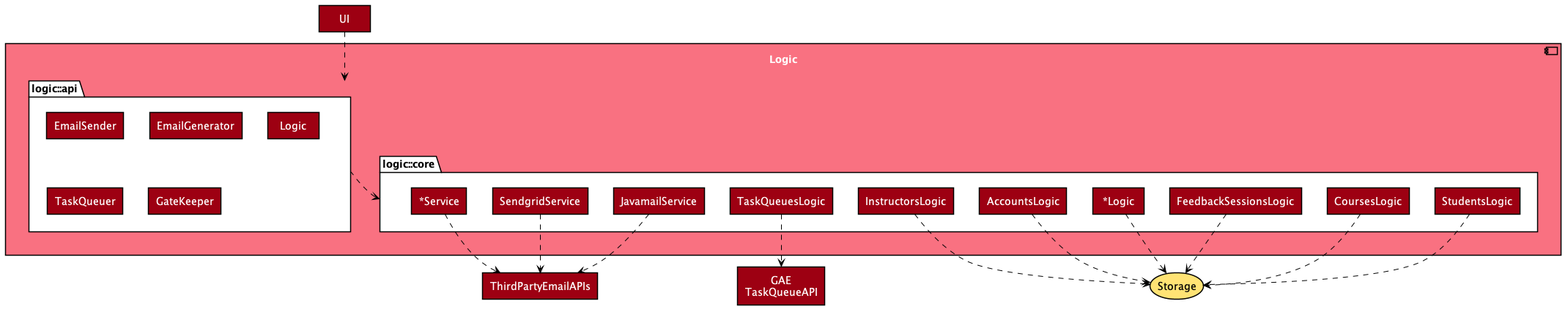
Earlier version of the PlantUML export diagrams/LogicComponent.png (kaixin-hc/teammates). Its source is kept beside it as diagrams/LogicComponent.puml.
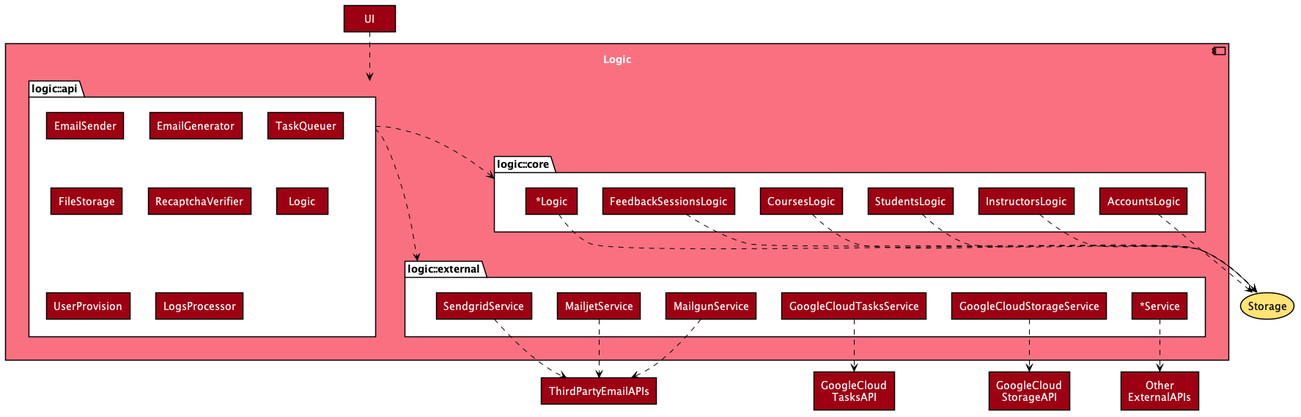
The same diagram one commit later.

Change to the diagram source:
```diff
@@ -2,44 +2,55 @@
 !include diagrams/style.puml
 skinparam componentBackgroundColor MODEL_COLOR_T1
 skinparam componentFontColor #FFFFFF
-skinparam packageBackgroundColor #FFFFFF
+skinparam FolderBackgroundColor #FFFFFF
 skinparam rectangleBackgroundColor MODEL_COLOR
 skinparam rectangleFontColor #FFFFFF
 skinparam arrowColor #000000
 
 component Logic {
-    package "logic::core" as Core {
-        rectangle JavamailService
-        rectangle SendgridService
-        rectangle "*Service" as Service
-
-        rectangle TaskQueuesLogic
+    folder "logic::core" as Core {
         rectangle AccountsLogic
         rectangle InstructorsLogic
         rectangle StudentsLogic
         rectangle CoursesLogic
         rectangle FeedbackSessionsLogic
-        rectangle "*Logic" as Logic1
+        rectangle "~*Logic" as Logic1
     }
 
-    package "logic::api" as Api {
+    folder "logic::external" as External {
+        rectangle MailgunService
+        rectangle MailjetService
+        rectangle SendgridService
+        rectangle GoogleCloudTasksService
+        rectangle GoogleCloudStorageService
+        rectangle "~*Service" as Service
+    }
+
+    folder "logic::api" as Api {
         rectangle EmailSender
         rectangle EmailGenerator
+        rectangle TaskQueuer
+        rectangle FileStorage
+        rectangle RecaptchaVerifier
         rectangle "Logic" as Logic2
-        rectangle TaskQueuer
-        rectangle GateKeeper
+        rectangle UserProvision
+        rectangle LogsProcessor
     }
 }
 
 rectangle ThirdPartyEmailAPIs
-rectangle "GAE\nTaskQueueAPI" as GaeTaskQueueApi
+rectangle "GoogleCloud\nTasksAPI" as GoogleCloudTasksApi
+rectangle "GoogleCloud\nStorageAPI" as GoogleCloudStorageApi
+rectangle "Other\nExternalAPIs" as OtherExternalApi
 rectangle UI
 storage Storage STORAGE_COLOR_T1
 
-JavamailService ..> ThirdPartyEmailAPIs
+MailgunService ..> ThirdPartyEmailAPIs
+MailjetService ..> ThirdPartyEmailAPIs
 SendgridService ..> ThirdPartyEmailAPIs
-Service ..> ThirdPartyEmailAPIs
-TaskQueuesLogic ..> GaeTaskQueueApi
+GoogleCloudTasksService ..> GoogleCloudTasksApi
+GoogleCloudStorageService ..> GoogleCloudStorageApi
+Service ..> OtherExternalApi
 AccountsLogic ..> Storage
 InstructorsLogic ..> Storage
 StudentsLogic ..> Storage
@@ -49,8 +60,13 @@
 
 UI ..> Api
 Api ..> Core
+Api ..> External
 
-Api -[hidden]down- Core
-Core -[hidden]up- Api
+Api -[hidden]right- Core
+Core -[hidden]left- Api
+Api -[hidden]right- External
+External -[hidden]left- Api
+Core -[hidden]down- External
+External -[hidden]up- Core
 
 @enduml
```
